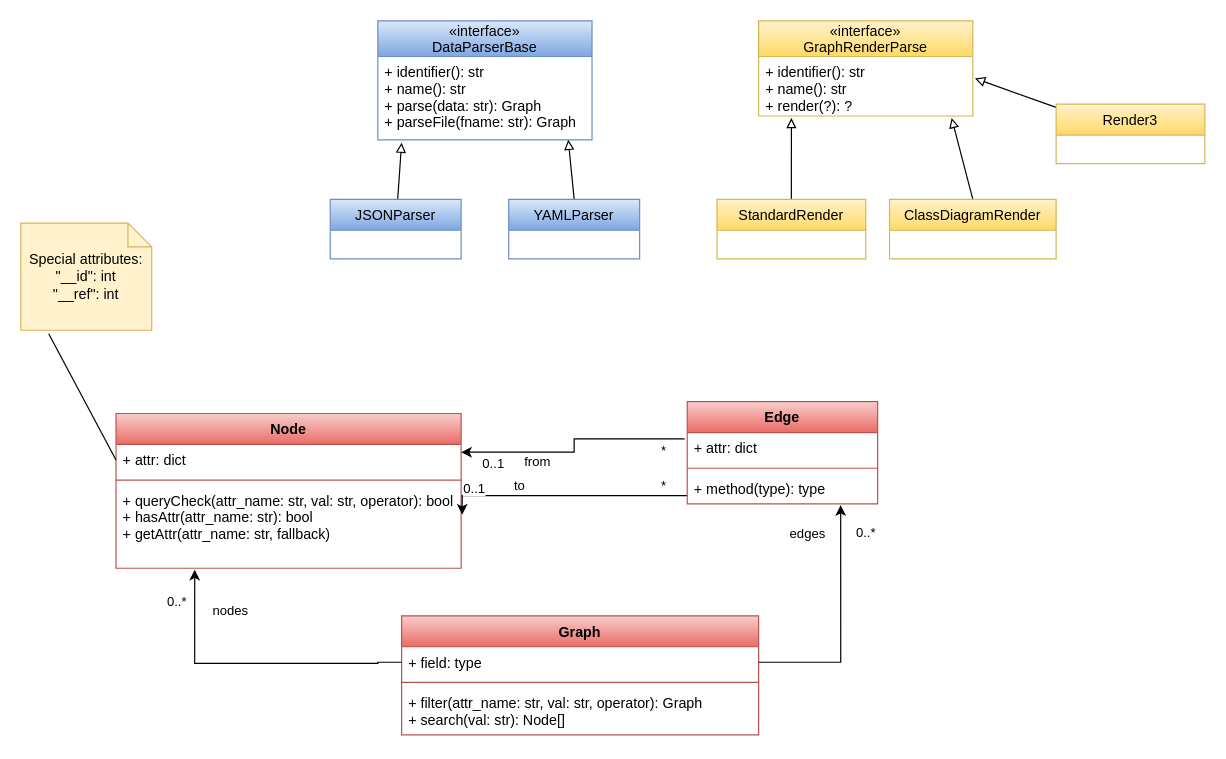
Before: docs/class_diagram.drawio in gazdicdanica/SOK, a draw.io diagram. Source tidied: cells renumbered, new cells numbered last; positions are measured from the earlier drawing's top-left corner, leaving out a move shared by most shapes. Both pictures are drawn from the tidied source at 119%, with x=0, y=0 at pixel (20, 20).
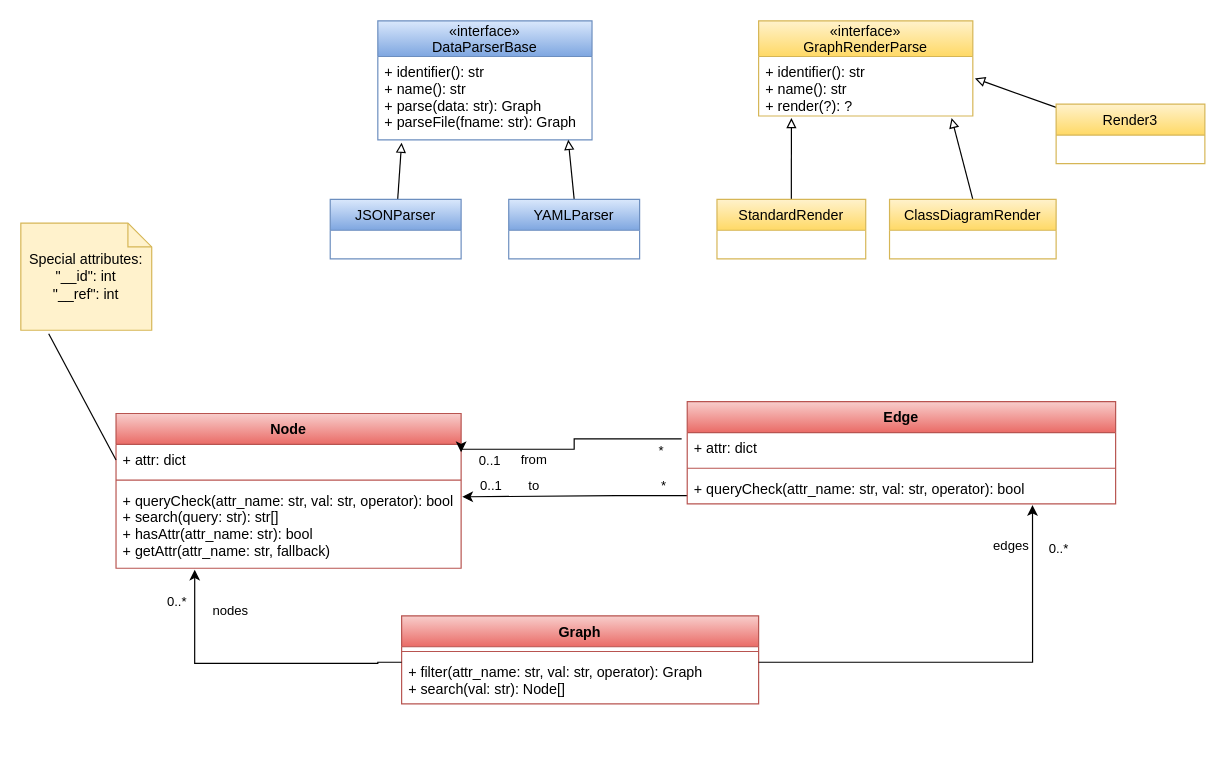
After the change.

Commit message (it also covers changes not shown here):
#2 docs: Fix class diagram

The change refers to these unchanged cells:
```xml
<mxCell id="2" value="Node" style="swimlane;fontStyle=1;align=center;verticalAlign=top;horizontal=1;startSize=26;fillColor=#f8cecc;strokeColor=#b85450;gradientColor=#ea6b66;" parent="1" vertex="1">
  <mxGeometry x="80" y="330" width="290" height="130" as="geometry" />
</mxCell>
```

What changed in the source:
```diff
@@
-    <mxCell id="5" value="+ queryCheck(attr_name: str, val: str, operator): bool&#10;+ hasAttr(attr_name: str): bool&#10;+ getAttr(attr_name: str, fallback)" style="text;strokeColor=none;fillColor=none;align=left;verticalAlign=top;spacingLeft=4;spacingRight=4;overflow=hidden;points=[[0,0.5],[1,0.5]];portConstraint=eastwest;" parent="2" vertex="1">
+    <mxCell id="5" value="+ queryCheck(attr_name: str, val: str, operator): bool&#10;+ search(query: str): str[]&#10;+ hasAttr(attr_name: str): bool&#10;+ getAttr(attr_name: str, fallback)" style="text;strokeColor=none;fillColor=none;align=left;verticalAlign=top;spacingLeft=4;spacingRight=4;overflow=hidden;points=[[0,0.5],[1,0.5]];portConstraint=eastwest;" parent="2" vertex="1">
       <mxGeometry y="60" width="290" height="70" as="geometry" />
     </mxCell>
     <mxCell id="6" style="edgeStyle=orthogonalEdgeStyle;rounded=0;jettySize=auto;html=1;exitX=-0.013;exitY=0.203;exitDx=0;exitDy=0;entryX=1;entryY=0.25;entryDx=0;entryDy=0;exitPerimeter=0;" parent="1" edge="1" source="15" target="2">
-      <mxGeometry relative="1" as="geometry" />
+      <mxGeometry relative="1" as="geometry">
+        <Array as="points">
+          <mxPoint x="465" y="351" />
+          <mxPoint x="465" y="360" />
+          <mxPoint x="370" y="360" />
+        </Array>
+      </mxGeometry>
     </mxCell>
@@
-    <mxCell id="10" style="edgeStyle=orthogonalEdgeStyle;rounded=0;jettySize=auto;html=1;entryX=1.003;entryY=0.357;entryDx=0;entryDy=0;entryPerimeter=0;" parent="1" edge="1" source="14" target="5">
+    <mxCell id="10" style="edgeStyle=orthogonalEdgeStyle;rounded=0;jettySize=auto;html=1;" parent="1" edge="1" source="14">
       <mxGeometry relative="1" as="geometry">
+        <mxPoint x="371" y="400" as="targetPoint" />
         <Array as="points">
           <mxPoint x="500" y="399" />
           <mxPoint x="500" y="399" />
         </Array>
       </mxGeometry>
     </mxCell>
@@
     <mxCell id="14" value="Edge" style="swimlane;fontStyle=1;align=center;verticalAlign=top;horizontal=1;startSize=26;fillColor=#f8cecc;gradientColor=#ea6b66;strokeColor=#b85450;" parent="1" vertex="1">
-      <mxGeometry x="560" y="320" width="160" height="86" as="geometry" />
+      <mxGeometry x="560" y="320" width="360" height="86" as="geometry" />
     </mxCell>
     <mxCell id="15" value="+ attr: dict" style="text;align=left;verticalAlign=top;spacingLeft=4;spacingRight=4;overflow=hidden;points=[[0,0.5],[1,0.5]];portConstraint=eastwest;" parent="14" vertex="1">
-      <mxGeometry y="26" width="160" height="26" as="geometry" />
+      <mxGeometry y="26" width="360" height="26" as="geometry" />
     </mxCell>
     <mxCell id="16" style="line;strokeWidth=1;fillColor=none;align=left;verticalAlign=middle;spacingTop=-1;spacingLeft=3;spacingRight=3;labelPosition=right;strokeColor=inherit;" parent="14" vertex="1">
-      <mxGeometry y="52" width="160" height="8" as="geometry" />
+      <mxGeometry y="52" width="360" height="8" as="geometry" />
     </mxCell>
-    <mxCell id="17" value="+ method(type): type" style="text;strokeColor=none;fillColor=none;align=left;verticalAlign=top;spacingLeft=4;spacingRight=4;overflow=hidden;points=[[0,0.5],[1,0.5]];portConstraint=eastwest;" parent="14" vertex="1">
-      <mxGeometry y="60" width="160" height="26" as="geometry" />
+    <mxCell id="17" value="+ queryCheck(attr_name: str, val: str, operator): bool" style="text;strokeColor=none;fillColor=none;align=left;verticalAlign=top;spacingLeft=4;spacingRight=4;overflow=hidden;points=[[0,0.5],[1,0.5]];portConstraint=eastwest;" parent="14" vertex="1">
+      <mxGeometry y="60" width="360" height="26" as="geometry" />
     </mxCell>
     <mxCell id="18" value="Graph" style="swimlane;fontStyle=1;align=center;verticalAlign=top;horizontal=1;startSize=26;fillColor=#f8cecc;gradientColor=#ea6b66;strokeColor=#b85450;" parent="1" vertex="1">
-      <mxGeometry x="320" y="500" width="300" height="100" as="geometry" />
+      <mxGeometry x="320" y="500" width="300" height="74" as="geometry" />
     </mxCell>
-    <mxCell id="19" value="+ field: type" style="text;strokeColor=none;fillColor=none;align=left;verticalAlign=top;spacingLeft=4;spacingRight=4;overflow=hidden;points=[[0,0.5],[1,0.5]];portConstraint=eastwest;" parent="18" vertex="1">
-      <mxGeometry y="26" width="300" height="26" as="geometry" />
-    </mxCell>
     <mxCell id="20" style="line;strokeWidth=1;fillColor=none;align=left;verticalAlign=middle;spacingTop=-1;spacingLeft=3;spacingRight=3;labelPosition=right;strokeColor=inherit;" parent="18" vertex="1">
-      <mxGeometry y="52" width="300" height="8" as="geometry" />
+      <mxGeometry y="26" width="300" height="8" as="geometry" />
     </mxCell>
     <mxCell id="21" value="+ filter(attr_name: str, val: str, operator): Graph&#10;+ search(val: str): Node[]" style="text;strokeColor=none;fillColor=none;align=left;verticalAlign=top;spacingLeft=4;spacingRight=4;overflow=hidden;" parent="18" vertex="1">
-      <mxGeometry y="60" width="300" height="40" as="geometry" />
+      <mxGeometry y="34" width="300" height="40" as="geometry" />
     </mxCell>
-    <mxCell id="22" style="edgeStyle=orthogonalEdgeStyle;rounded=0;jettySize=auto;html=1;exitX=0;exitY=0.5;exitDx=0;exitDy=0;entryX=0.228;entryY=1.018;entryDx=0;entryDy=0;entryPerimeter=0;" parent="1" edge="1" source="19" target="5">
+    <mxCell id="22" style="edgeStyle=orthogonalEdgeStyle;rounded=0;jettySize=auto;html=1;exitX=0;exitY=0.5;exitDx=0;exitDy=0;entryX=0.228;entryY=1.018;entryDx=0;entryDy=0;entryPerimeter=0;" parent="1" edge="1" target="5">
       <mxGeometry relative="1" as="geometry">
+        <mxPoint x="320" y="539" as="sourcePoint" />
         <Array as="points">
           <mxPoint x="300" y="539" />
           <mxPoint x="300" y="540" />
           <mxPoint x="146" y="540" />
         </Array>
       </mxGeometry>
     </mxCell>
@@
-    <mxCell id="25" style="edgeStyle=orthogonalEdgeStyle;rounded=0;jettySize=auto;html=1;exitX=1;exitY=0.5;exitDx=0;exitDy=0;entryX=0.806;entryY=1.037;entryDx=0;entryDy=0;entryPerimeter=0;" parent="1" edge="1" source="19" target="17">
-      <mxGeometry relative="1" as="geometry" />
+    <mxCell id="25" style="edgeStyle=orthogonalEdgeStyle;rounded=0;jettySize=auto;html=1;exitX=1;exitY=0.5;exitDx=0;exitDy=0;entryX=0.806;entryY=1.037;entryDx=0;entryDy=0;entryPerimeter=0;" parent="1" edge="1" target="17">
+      <mxGeometry relative="1" as="geometry">
+        <mxPoint x="620" y="539" as="sourcePoint" />
+        <Array as="points">
+          <mxPoint x="850" y="539" />
+        </Array>
+      </mxGeometry>
     </mxCell>
@@
     <mxCell id="27" value="edges" style="edgeLabel;html=1;align=center;verticalAlign=middle;" parent="25" vertex="1">
       <mxGeometry x="-0.73" relative="1" as="geometry">
-        <mxPoint x="13" y="-109" as="offset" />
+        <mxPoint x="162" y="-99" as="offset" />
       </mxGeometry>
     </mxCell>
```
